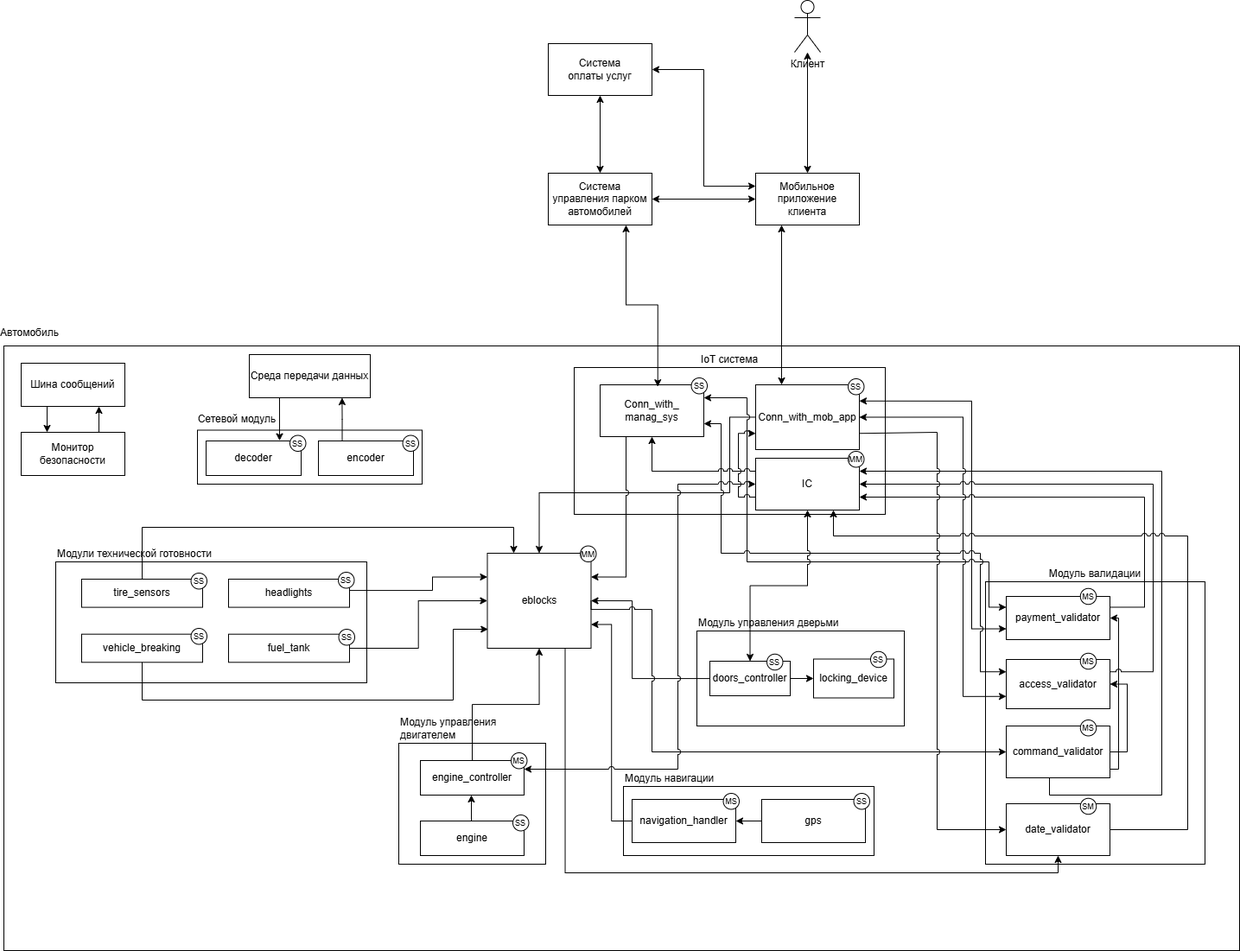
This is docs/pics/arch.png from 1kitten/cyberimmune-3, a draw.io export, as it was before one commit. Source tidied: cells renumbered, new cells last; positions are measured from the earlier drawing's top-left corner, leaving out a move shared by most shapes.
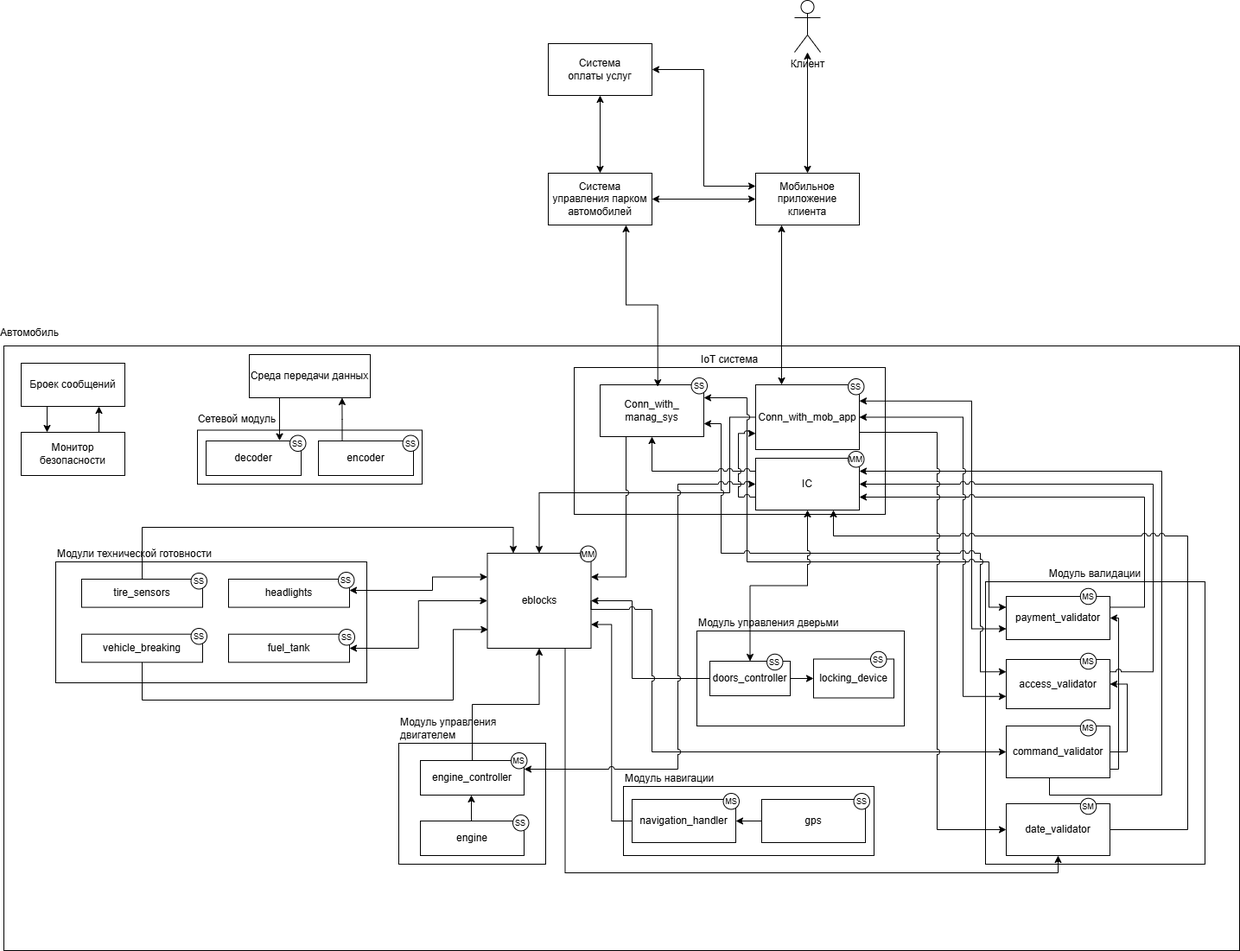
Later version of the same file.

What changed in the source:
```diff
@@ -56,7 +56,7 @@
     <mxCell id="19" style="edgeStyle=orthogonalEdgeStyle;rounded=0;jettySize=auto;html=1;exitX=0.25;exitY=1;exitDx=0;exitDy=0;entryX=0.25;entryY=0;entryDx=0;entryDy=0;" parent="18" edge="1" source="20" target="22">
       <mxGeometry relative="1" as="geometry" />
     </mxCell>
-    <mxCell id="20" value="Шина сообщений" style="rounded=0;whiteSpace=wrap;html=1;" parent="18" vertex="1">
+    <mxCell id="20" value="Броек сообщений" style="rounded=0;whiteSpace=wrap;html=1;" parent="18" vertex="1">
       <mxGeometry width="120" height="50" as="geometry" />
     </mxCell>
     <mxCell id="21" style="edgeStyle=orthogonalEdgeStyle;rounded=0;jettySize=auto;html=1;exitX=0.75;exitY=0;exitDx=0;exitDy=0;entryX=0.75;entryY=1;entryDx=0;entryDy=0;" parent="18" edge="1" source="22" target="20">
@@ -181,14 +181,14 @@
         </Array>
       </mxGeometry>
     </mxCell>
-    <mxCell id="55" style="edgeStyle=orthogonalEdgeStyle;rounded=0;jettySize=auto;html=1;entryX=0;entryY=0.25;entryDx=0;entryDy=0;" parent="1" edge="1" source="10" target="28">
+    <mxCell id="55" style="edgeStyle=orthogonalEdgeStyle;rounded=0;jettySize=auto;html=1;entryX=0;entryY=0.25;entryDx=0;entryDy=0;startArrow=classic;startFill=1;" parent="1" edge="1" source="10" target="28">
       <mxGeometry relative="1" as="geometry">
         <Array as="points">
           <mxPoint x="496" y="683" />
         </Array>
       </mxGeometry>
     </mxCell>
-    <mxCell id="56" style="edgeStyle=orthogonalEdgeStyle;rounded=0;jettySize=auto;html=1;entryX=0;entryY=0.5;entryDx=0;entryDy=0;" parent="1" edge="1" source="13" target="28">
+    <mxCell id="56" style="edgeStyle=orthogonalEdgeStyle;rounded=0;jettySize=auto;html=1;entryX=0;entryY=0.5;entryDx=0;entryDy=0;startArrow=classic;startFill=1;" parent="1" edge="1" source="13" target="28">
       <mxGeometry relative="1" as="geometry" />
     </mxCell>
     <mxCell id="57" style="edgeStyle=orthogonalEdgeStyle;rounded=0;jettySize=auto;html=1;exitX=0.5;exitY=1;exitDx=0;exitDy=0;entryX=0.007;entryY=0.803;entryDx=0;entryDy=0;entryPerimeter=0;" parent="1" edge="1" source="11" target="28">
```
